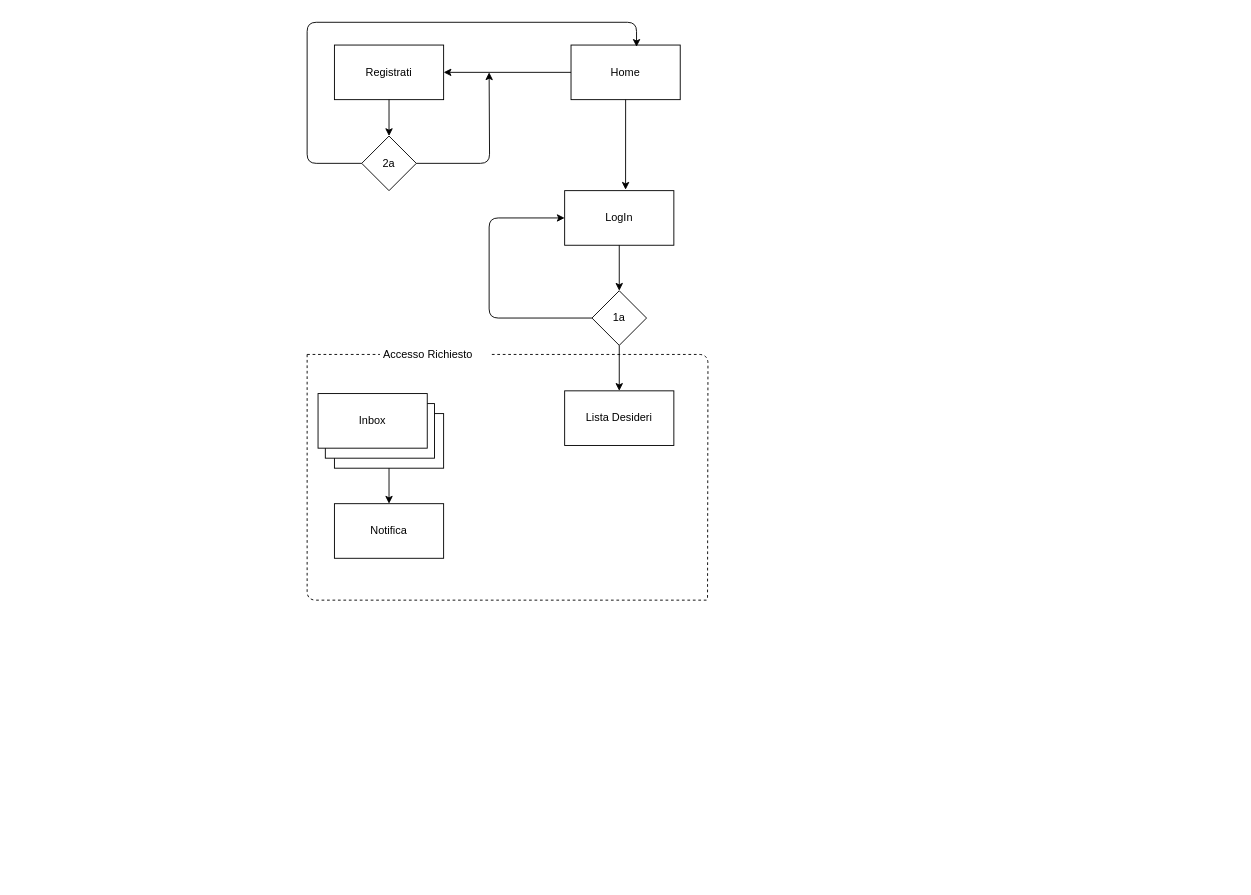
The draw.io diagram Untitled Diagram.drawio in VincentUniversity/AppDispMob, before the edit. Source tidied: cells renumbered, new cells numbered last; positions are measured from the earlier drawing's top-left corner, leaving out a move shared by most shapes. Both pictures are drawn from the tidied source at 91%, with x=0, y=0 at pixel (307, 22).
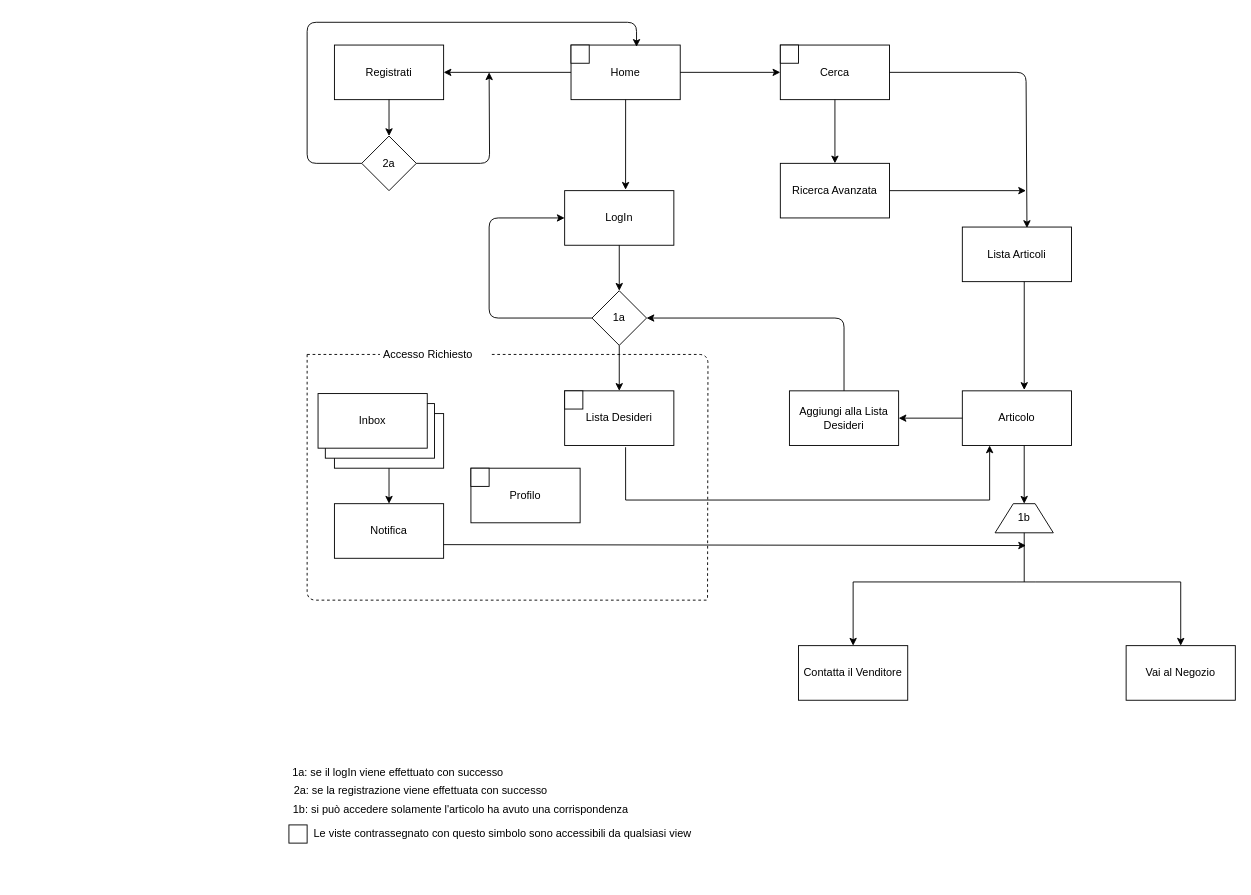
The same page after the edit.

The change refers to these unchanged cells:
```xml
<mxCell id="2" value="Home" style="rounded=0;whiteSpace=wrap;html=1;" parent="1" vertex="1">
  <mxGeometry x="290" y="25" width="120" height="60" as="geometry" />
</mxCell>
<mxCell id="6" value="1a" style="rhombus;whiteSpace=wrap;html=1;" parent="1" vertex="1">
  <mxGeometry x="313" y="295" width="60" height="60" as="geometry" />
</mxCell>
<mxCell id="14" value="Lista Desideri" style="rounded=0;whiteSpace=wrap;html=1;" parent="1" vertex="1">
  <mxGeometry x="283" y="405" width="120" height="60" as="geometry" />
</mxCell>
<mxCell id="19" value="Notifica" style="rounded=0;whiteSpace=wrap;html=1;" parent="1" vertex="1">
  <mxGeometry x="30" y="529" width="120" height="60" as="geometry" />
</mxCell>
```

Diff of the diagram source:
```diff
@@
+    <mxCell id="25" value="Cerca" style="rounded=0;whiteSpace=wrap;html=1;" parent="1" vertex="1">
+      <mxGeometry x="520" y="25" width="120" height="60" as="geometry" />
+    </mxCell>
+    <mxCell id="26" value="Ricerca Avanzata" style="rounded=0;whiteSpace=wrap;html=1;" parent="1" vertex="1">
+      <mxGeometry x="520" y="155" width="120" height="60" as="geometry" />
+    </mxCell>
+    <mxCell id="27" style="endArrow=classic;html=1;exitX=1;exitY=0.5;exitDx=0;exitDy=0;entryX=0;entryY=0.5;entryDx=0;entryDy=0;" parent="1" edge="1" source="2" target="25">
+      <mxGeometry relative="1" as="geometry" />
+    </mxCell>
+    <mxCell id="28" style="endArrow=classic;html=1;exitX=0.5;exitY=1;exitDx=0;exitDy=0;entryX=0.5;entryY=0;entryDx=0;entryDy=0;" parent="1" edge="1" source="25" target="26">
+      <mxGeometry relative="1" as="geometry" />
+    </mxCell>
+    <mxCell id="29" value="Lista Articoli" style="rounded=0;whiteSpace=wrap;html=1;" parent="1" vertex="1">
+      <mxGeometry x="720" y="225" width="120" height="60" as="geometry" />
+    </mxCell>
+    <mxCell id="30" value="Articolo" style="rounded=0;whiteSpace=wrap;html=1;" parent="1" vertex="1">
+      <mxGeometry x="720" y="405" width="120" height="60" as="geometry" />
+    </mxCell>
+    <mxCell id="31" style="endArrow=classic;html=1;exitX=1;exitY=0.5;exitDx=0;exitDy=0;entryX=0.592;entryY=0.017;entryDx=0;entryDy=0;entryPerimeter=0;" parent="1" edge="1" source="25" target="29">
+      <mxGeometry relative="1" as="geometry">
+        <Array as="points">
+          <mxPoint x="790" y="55" />
+        </Array>
+      </mxGeometry>
+    </mxCell>
+    <mxCell id="32" style="endArrow=classic;html=1;exitX=1;exitY=0.5;exitDx=0;exitDy=0;" parent="1" edge="1" source="26">
+      <mxGeometry relative="1" as="geometry">
+        <mxPoint x="790" y="185" as="targetPoint" />
+      </mxGeometry>
+    </mxCell>
+    <mxCell id="33" style="endArrow=classic;html=1;exitX=0.567;exitY=1;exitDx=0;exitDy=0;entryX=0.567;entryY=-0.017;entryDx=0;entryDy=0;exitPerimeter=0;entryPerimeter=0;" parent="1" edge="1" source="29" target="30">
+      <mxGeometry relative="1" as="geometry" />
+    </mxCell>
+    <mxCell id="34" value="Aggiungi alla Lista Desideri" style="rounded=0;whiteSpace=wrap;html=1;" parent="1" vertex="1">
+      <mxGeometry x="530" y="405" width="120" height="60" as="geometry" />
+    </mxCell>
+    <mxCell id="35" style="endArrow=classic;html=1;strokeColor=#000000;entryX=1;entryY=0.5;entryDx=0;entryDy=0;" parent="1" edge="1" target="6">
+      <mxGeometry relative="1" as="geometry">
+        <mxPoint x="590" y="405" as="sourcePoint" />
+        <Array as="points">
+          <mxPoint x="590" y="325" />
+        </Array>
+      </mxGeometry>
+    </mxCell>
+    <mxCell id="36" style="endArrow=classic;html=1;strokeColor=#000000;exitX=0;exitY=0.5;exitDx=0;exitDy=0;entryX=1;entryY=0.5;entryDx=0;entryDy=0;" parent="1" edge="1" source="30" target="34">
+      <mxGeometry relative="1" as="geometry" />
+    </mxCell>
+    <mxCell id="37" value="1b" style="shape=trapezoid;perimeter=trapezoidPerimeter;whiteSpace=wrap;html=1;fixedSize=1;" parent="1" vertex="1">
+      <mxGeometry x="756" y="529" width="64" height="32" as="geometry" />
+    </mxCell>
+    <mxCell id="38" style="endArrow=classic;html=1;strokeColor=#000000;exitX=0.558;exitY=1;exitDx=0;exitDy=0;exitPerimeter=0;entryX=0.5;entryY=0;entryDx=0;entryDy=0;" parent="1" edge="1" target="37">
+      <mxGeometry relative="1" as="geometry">
+        <mxPoint x="788" y="465" as="sourcePoint" />
+      </mxGeometry>
+    </mxCell>
+    <mxCell id="39" style="endArrow=none;html=1;strokeColor=#000000;entryX=0.5;entryY=1;entryDx=0;entryDy=0;" parent="1" edge="1" target="37">
+      <mxGeometry relative="1" as="geometry">
+        <mxPoint x="788" y="615" as="sourcePoint" />
+      </mxGeometry>
+    </mxCell>
+    <mxCell id="40" style="endArrow=none;html=1;strokeColor=#000000;" parent="1" edge="1">
+      <mxGeometry relative="1" as="geometry">
+        <mxPoint x="600" y="615" as="sourcePoint" />
+        <mxPoint x="960" y="615" as="targetPoint" />
+        <Array as="points">
+          <mxPoint x="790" y="615" />
+        </Array>
+      </mxGeometry>
+    </mxCell>
+    <mxCell id="41" value="Contatta il Venditore" style="rounded=0;whiteSpace=wrap;html=1;" parent="1" vertex="1">
+      <mxGeometry x="540" y="685" width="120" height="60" as="geometry" />
+    </mxCell>
+    <mxCell id="42" value="Vai al Negozio" style="rounded=0;whiteSpace=wrap;html=1;" parent="1" vertex="1">
+      <mxGeometry x="900" y="685" width="120" height="60" as="geometry" />
+    </mxCell>
+    <mxCell id="43" style="endArrow=classic;html=1;strokeColor=#000000;entryX=0.5;entryY=0;entryDx=0;entryDy=0;" parent="1" edge="1" target="41">
+      <mxGeometry relative="1" as="geometry">
+        <mxPoint x="600" y="615" as="sourcePoint" />
+      </mxGeometry>
+    </mxCell>
+    <mxCell id="44" style="endArrow=classic;html=1;strokeColor=#000000;entryX=0.5;entryY=0;entryDx=0;entryDy=0;" parent="1" edge="1" target="42">
+      <mxGeometry relative="1" as="geometry">
+        <mxPoint x="960" y="615" as="sourcePoint" />
+      </mxGeometry>
+    </mxCell>
+    <mxCell id="45" style="endArrow=classic;html=1;strokeColor=#000000;exitX=1;exitY=0.75;exitDx=0;exitDy=0;" parent="1" edge="1" source="19">
+      <mxGeometry relative="1" as="geometry">
+        <mxPoint x="790" y="575" as="targetPoint" />
+      </mxGeometry>
+    </mxCell>
+    <mxCell id="46" style="endArrow=none;html=1;strokeColor=#000000;entryX=0.558;entryY=1.033;entryDx=0;entryDy=0;entryPerimeter=0;" parent="1" edge="1" target="14">
+      <mxGeometry relative="1" as="geometry">
+        <mxPoint x="350" y="525" as="sourcePoint" />
+      </mxGeometry>
+    </mxCell>
+    <mxCell id="47" style="endArrow=none;html=1;strokeColor=#000000;" parent="1" edge="1">
+      <mxGeometry relative="1" as="geometry">
+        <mxPoint x="350" y="525" as="sourcePoint" />
+        <mxPoint x="750" y="525" as="targetPoint" />
+      </mxGeometry>
+    </mxCell>
+    <mxCell id="48" style="endArrow=classic;html=1;strokeColor=#000000;entryX=0.25;entryY=1;entryDx=0;entryDy=0;" parent="1" edge="1" target="30">
+      <mxGeometry relative="1" as="geometry">
+        <mxPoint x="750" y="525" as="sourcePoint" />
+      </mxGeometry>
+    </mxCell>
+    <mxCell id="49" value="1a: se il logIn viene effettuato con successo" style="text;html=1;strokeColor=none;fillColor=none;align=center;verticalAlign=middle;whiteSpace=wrap;rounded=0;" parent="1" vertex="1">
+      <mxGeometry x="-320" y="815" width="840" height="20" as="geometry" />
+    </mxCell>
+    <mxCell id="50" value="2a: se la registrazione viene effettuata con successo" style="text;html=1;strokeColor=none;fillColor=none;align=center;verticalAlign=middle;whiteSpace=wrap;rounded=0;" parent="1" vertex="1">
+      <mxGeometry x="-110" y="835" width="470" height="20" as="geometry" />
+    </mxCell>
+    <mxCell id="51" value="1b: si può accedere solamente l'articolo ha avuto una corrispondenza" style="text;html=1;strokeColor=none;fillColor=none;align=center;verticalAlign=middle;whiteSpace=wrap;rounded=0;" parent="1" vertex="1">
+      <mxGeometry x="-55" y="855" width="448" height="20" as="geometry" />
+    </mxCell>
+    <mxCell id="52" value="Profilo" style="rounded=0;whiteSpace=wrap;html=1;" parent="1" vertex="1">
+      <mxGeometry x="180" y="490" width="120" height="60" as="geometry" />
+    </mxCell>
+    <mxCell id="53" style="rounded=0;whiteSpace=wrap;html=1;" parent="1" vertex="1">
+      <mxGeometry x="520" y="25" width="20" height="20" as="geometry" />
+    </mxCell>
+    <mxCell id="54" style="rounded=0;whiteSpace=wrap;html=1;" parent="1" vertex="1">
+      <mxGeometry x="290" y="25" width="20" height="20" as="geometry" />
+    </mxCell>
+    <mxCell id="55" style="rounded=0;whiteSpace=wrap;html=1;" parent="1" vertex="1">
+      <mxGeometry x="283" y="405" width="20" height="20" as="geometry" />
+    </mxCell>
+    <mxCell id="56" style="rounded=0;whiteSpace=wrap;html=1;" parent="1" vertex="1">
+      <mxGeometry x="180" y="490" width="20" height="20" as="geometry" />
+    </mxCell>
+    <mxCell id="57" style="rounded=0;whiteSpace=wrap;html=1;" parent="1" vertex="1">
+      <mxGeometry x="-20" y="882" width="20" height="20" as="geometry" />
+    </mxCell>
+    <mxCell id="58" value="Le viste contrassegnato con questo simbolo sono accessibili da qualsiasi view" style="text;html=1;strokeColor=none;fillColor=none;align=center;verticalAlign=middle;whiteSpace=wrap;rounded=0;" parent="1" vertex="1">
+      <mxGeometry x="-10" y="842" width="450" height="100" as="geometry" />
+    </mxCell>
```
